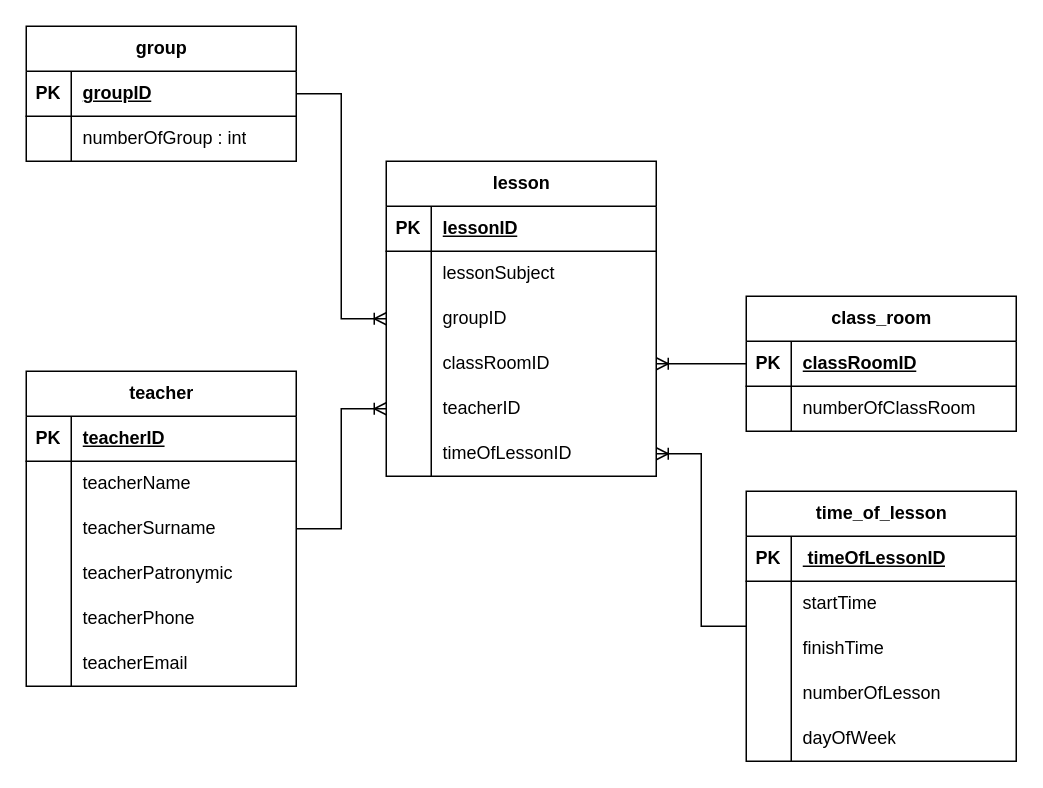
This is page "ER - Diagram" (1 of 2) of doc/time-table.drawio from Ahiru8B/time-table, a draw.io file, before an edit. Source tidied: cells renumbered, new cells numbered last; positions are measured from the earlier drawing's top-left corner, leaving out a move shared by most shapes. Both pictures are drawn from the tidied source at 150%, with x=0, y=0 at pixel (26, 26).
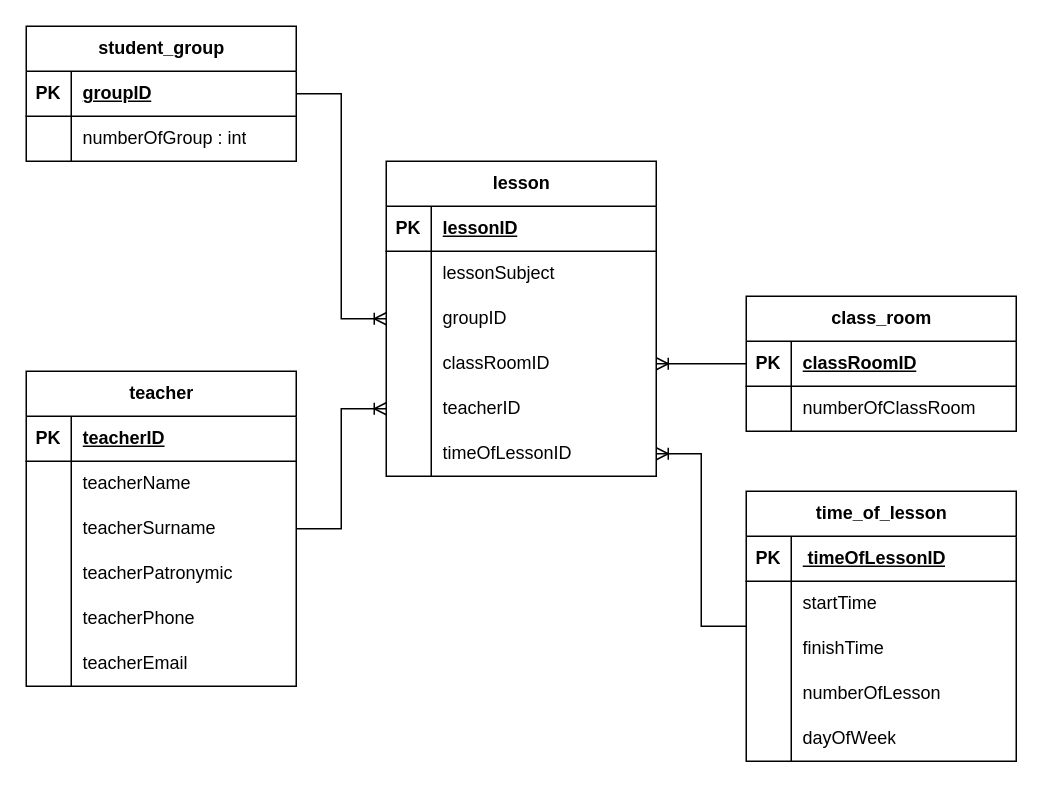
The same page after the edit.

The edit, as a diff of the source:
```diff
@@
-    <mxCell id="2" value="group" style="shape=table;startSize=30;childLayout=tableLayout;rowLines=0;fontStyle=1;align=center;html=1;" parent="1" vertex="1">
+    <mxCell id="2" value="student_group" style="shape=table;startSize=30;childLayout=tableLayout;rowLines=0;fontStyle=1;align=center;html=1;" parent="1" vertex="1">
       <mxGeometry width="180" height="90" as="geometry" />
     </mxCell>
```
